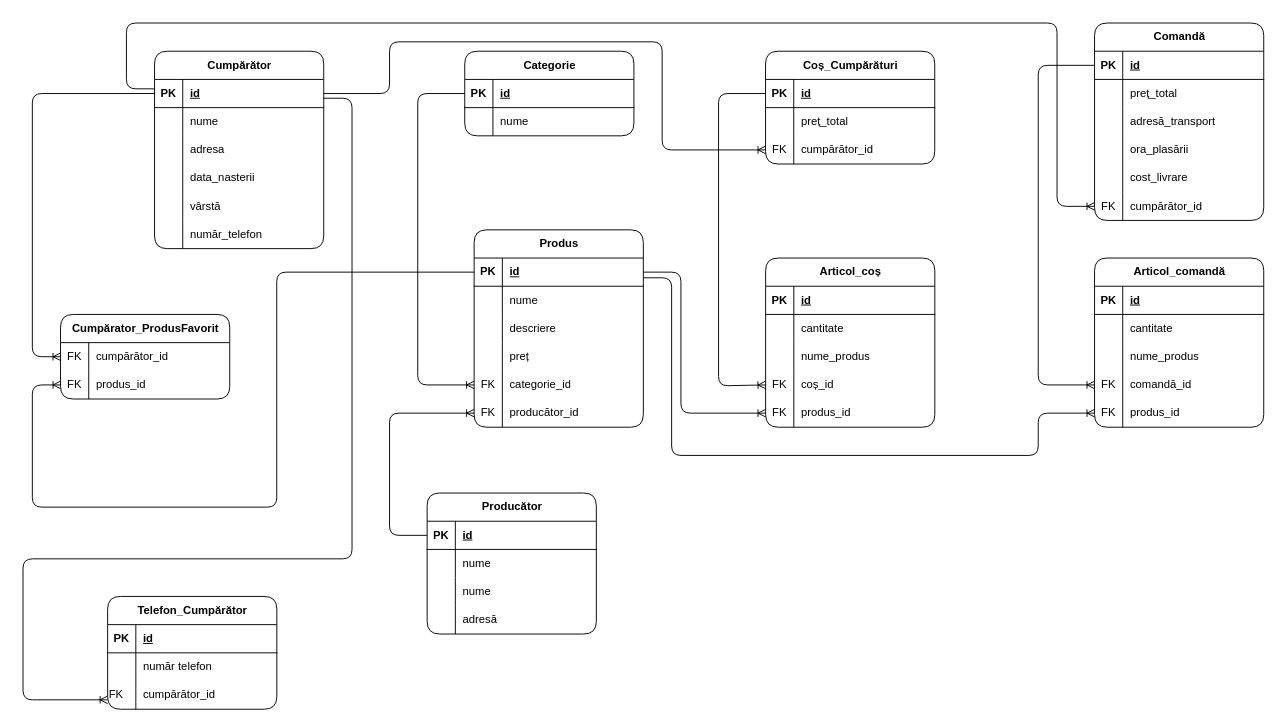
ErikaRusznak/piazza-ecommerce keeps this draw.io diagram as page "database logic model-n1" (8 of 9) of use_case_diagram.drawio. Above is the earlier version. Source tidied: cells renumbered, new cells numbered last; positions are measured from the earlier drawing's top-left corner, leaving out a move shared by most shapes. Both pictures are drawn from the tidied source at 94%, with x=0, y=0 at pixel (23, 23).
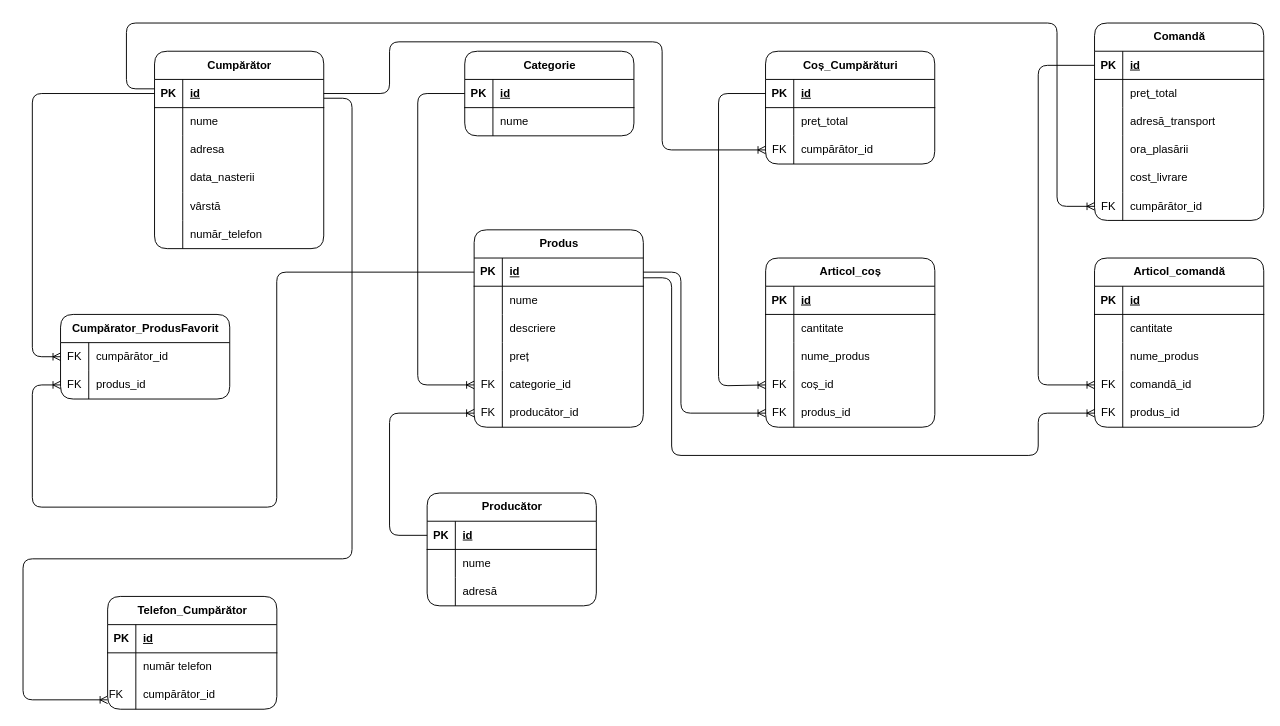
The same page after the edit.

The change refers to these unchanged cells:
```xml
<mxCell id="54" style="shape=tableRow;horizontal=0;startSize=0;swimlaneHead=0;swimlaneBody=0;fillColor=none;top=0;left=0;right=0;bottom=0;" parent="47" vertex="1">
  <mxGeometry y="90" width="180" height="30" as="geometry" />
</mxCell>
```

Change to the diagram source:
```diff
@@
     <mxCell id="47" value="Producător" style="shape=table;startSize=30;childLayout=tableLayout;rowLines=0;fontStyle=1;align=center;html=1;rounded=1;" parent="1" vertex="1">
-      <mxGeometry x="429.9" y="500" width="180" height="150" as="geometry" />
+      <mxGeometry x="429.9" y="500" width="180" height="120" as="geometry" />
     </mxCell>
@@
-    <mxCell id="56" value="nume" style="shape=partialRectangle;fillColor=none;top=0;left=0;bottom=0;right=0;align=left;spacingLeft=6;overflow=hidden;whiteSpace=wrap;html=1;" parent="54" vertex="1">
+    <mxCell id="56" value="adresă" style="shape=partialRectangle;fillColor=none;top=0;left=0;bottom=0;right=0;align=left;spacingLeft=6;overflow=hidden;whiteSpace=wrap;html=1;" parent="54" vertex="1">
       <mxGeometry x="30" width="150" height="30" as="geometry" />
     </mxCell>
-    <mxCell id="57" style="shape=tableRow;horizontal=0;startSize=0;swimlaneHead=0;swimlaneBody=0;fillColor=none;top=0;left=0;right=0;bottom=0;" parent="47" vertex="1">
-      <mxGeometry y="120" width="180" height="30" as="geometry" />
-    </mxCell>
-    <mxCell id="58" style="shape=partialRectangle;fillColor=none;top=0;left=0;bottom=0;right=0;overflow=hidden;whiteSpace=wrap;html=1;" parent="57" vertex="1">
-      <mxGeometry width="30" height="30" as="geometry" />
-    </mxCell>
-    <mxCell id="59" value="adresă" style="shape=partialRectangle;fillColor=none;top=0;left=0;bottom=0;right=0;align=left;spacingLeft=6;overflow=hidden;whiteSpace=wrap;html=1;" parent="57" vertex="1">
-      <mxGeometry x="30" width="150" height="30" as="geometry" />
-    </mxCell>
```
